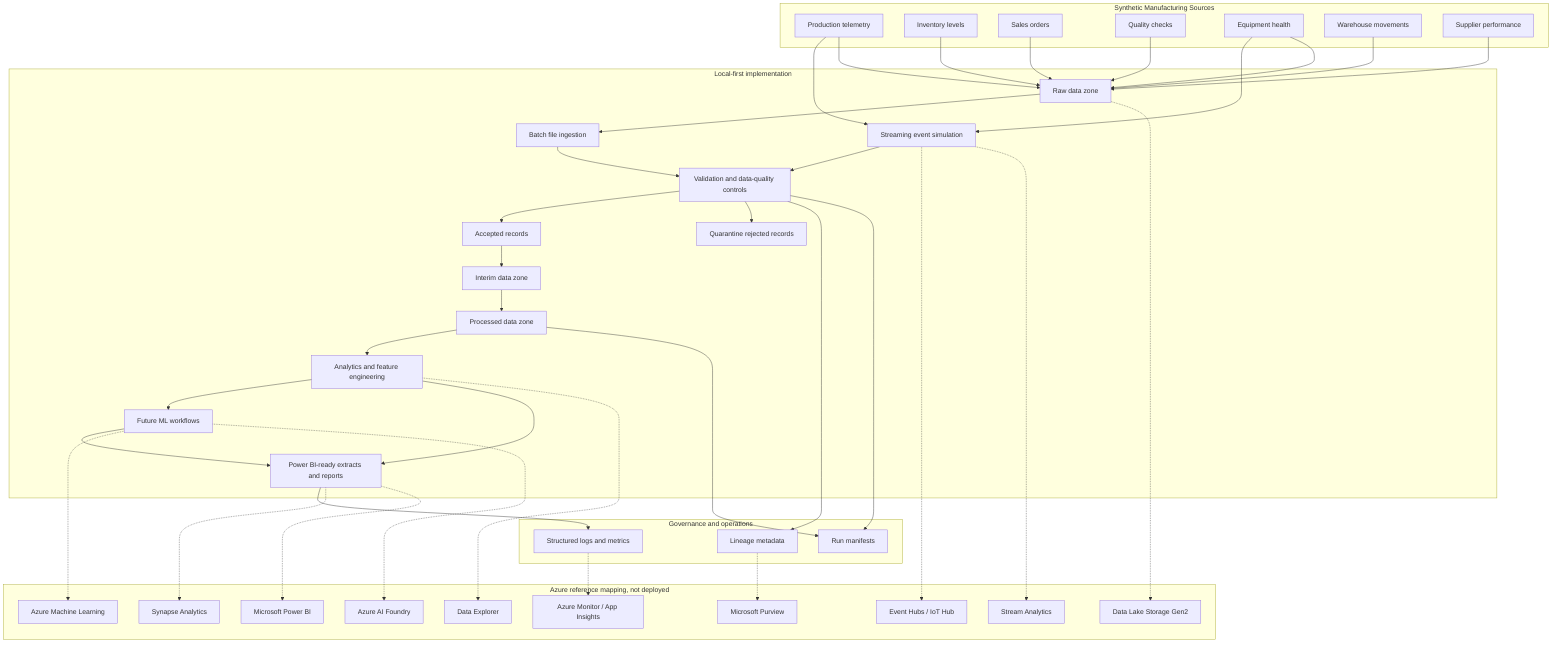
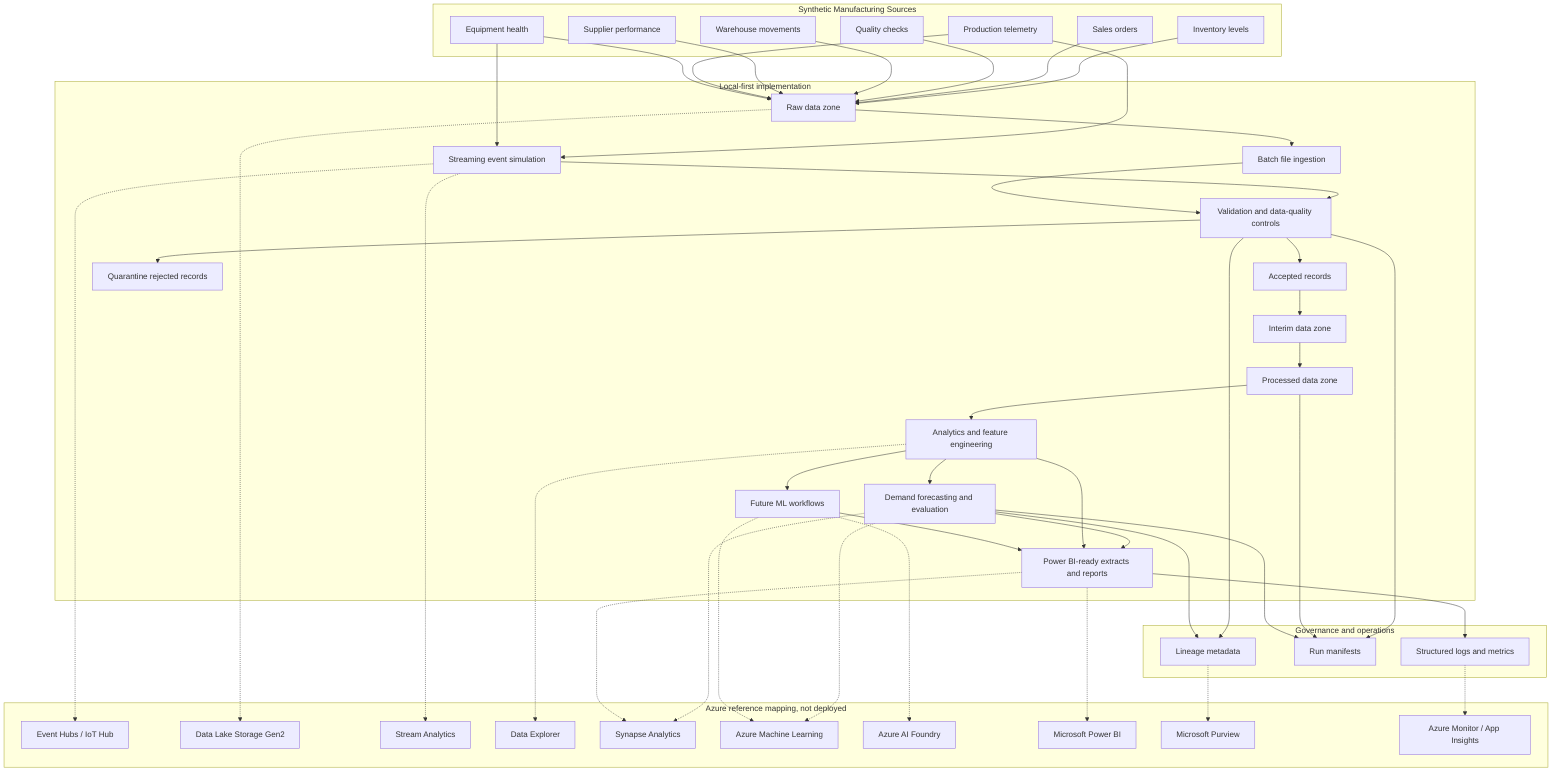
flowchart TD
    subgraph Sources["Synthetic Manufacturing Sources"]
        Production["Production telemetry"]
        Inventory["Inventory levels"]
        Sales["Sales orders"]
        Quality["Quality checks"]
        Equipment["Equipment health"]
        Warehouse["Warehouse movements"]
        Suppliers["Supplier performance"]
    end

    subgraph Local["Local-first implementation"]
        Raw["Raw data zone"]
        Batch["Batch file ingestion"]
        Stream["Streaming event simulation"]
        Validate["Validation and data-quality controls"]
        Accepted["Accepted records"]
        Quarantine["Quarantine rejected records"]
        Interim["Interim data zone"]
        Processed["Processed data zone"]
        Features["Analytics and feature engineering"]
+         Forecasting["Demand forecasting and evaluation"]
        ML["Future ML workflows"]
        Reporting["Power BI-ready extracts and reports"]
    end

    subgraph Governance["Governance and operations"]
        Lineage["Lineage metadata"]
        Manifests["Run manifests"]
        Logs["Structured logs and metrics"]
    end

    subgraph Azure["Azure reference mapping, not deployed"]
        EventHubs["Event Hubs / IoT Hub"]
        ADLS["Data Lake Storage Gen2"]
        StreamAnalytics["Stream Analytics"]
        ADX["Data Explorer"]
        Synapse["Synapse Analytics"]
        AzureML["Azure Machine Learning"]
        Foundry["Azure AI Foundry"]
        PowerBI["Microsoft Power BI"]
        Purview["Microsoft Purview"]
        Monitor["Azure Monitor / App Insights"]
    end

    Production --> Stream
    Equipment --> Stream
    Inventory --> Raw
    Sales --> Raw
    Quality --> Raw
    Warehouse --> Raw
    Suppliers --> Raw
    Production --> Raw
    Equipment --> Raw
    Raw --> Batch
    Stream --> Validate
    Batch --> Validate
    Validate --> Accepted
    Validate --> Quarantine
    Accepted --> Interim
    Interim --> Processed
    Processed --> Features
+     Features --> Forecasting
+     Forecasting --> Reporting
    Features --> ML
    Features --> Reporting
    ML --> Reporting
    Validate --> Lineage
    Validate --> Manifests
    Processed --> Manifests
    Reporting --> Logs
+     Forecasting --> Lineage
+     Forecasting --> Manifests

    Stream -.-> EventHubs
    Raw -.-> ADLS
    Stream -.-> StreamAnalytics
    Features -.-> ADX
+     Forecasting -.-> AzureML
+     Forecasting -.-> Synapse
    Reporting -.-> Synapse
    ML -.-> AzureML
    Reporting -.-> PowerBI
    Lineage -.-> Purview
    Logs -.-> Monitor
    ML -.-> Foundry
